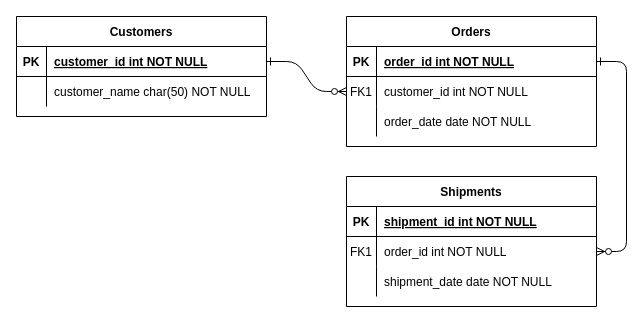
study-management-project/BE keeps this draw.io diagram as ERD.drawio. Above is the earlier version. Source tidied: cells renumbered, new cells numbered last; positions are measured from the earlier drawing's top-left corner, leaving out a move shared by most shapes. Both pictures are drawn from the tidied source at 100%, with x=0, y=0 at pixel (16, 16).
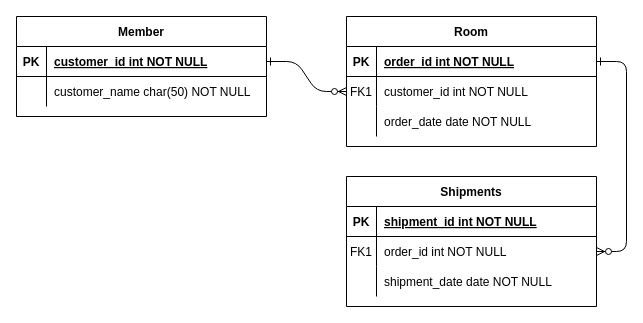
The same page after the edit.

The edit, as a diff of the source:
```diff
@@
-    <mxCell id="4" value="Orders" style="shape=table;startSize=30;childLayout=tableLayout;rowLines=0;fontStyle=1;align=center;" parent="1" vertex="1">
+    <mxCell id="4" value="Room" style="shape=table;startSize=30;childLayout=tableLayout;rowLines=0;fontStyle=1;align=center;" parent="1" vertex="1">
       <mxGeometry x="330" width="250" height="130" as="geometry" />
     </mxCell>
@@
-    <mxCell id="24" value="Customers" style="shape=table;startSize=30;childLayout=tableLayout;rowLines=0;fontStyle=1;align=center;" parent="1" vertex="1">
+    <mxCell id="24" value="Member" style="shape=table;startSize=30;childLayout=tableLayout;rowLines=0;fontStyle=1;align=center;" parent="1" vertex="1">
       <mxGeometry width="250" height="100" as="geometry" />
     </mxCell>
```
